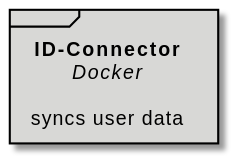
Earlier version of the PlantUML export docs/images/object_id_connector.svg (univention/ucsschool-id-connector). The source it was exported from:
```plantuml
@startuml
    !include styling.puml

    frame "<b>ID-Connector\n<i>Docker\n\nsyncs user data" as id_connector
@enduml
```
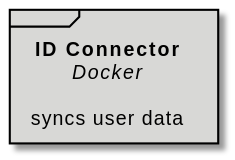
After the commit.

Change to the diagram source:
```diff
@@ -1,5 +1,5 @@
 @startuml
     !include styling.puml
 
-    frame "<b>ID-Connector\n<i>Docker\n\nsyncs user data" as id_connector
+    frame "<b>ID Connector\n<i>Docker\n\nsyncs user data" as id_connector
 @enduml
```
